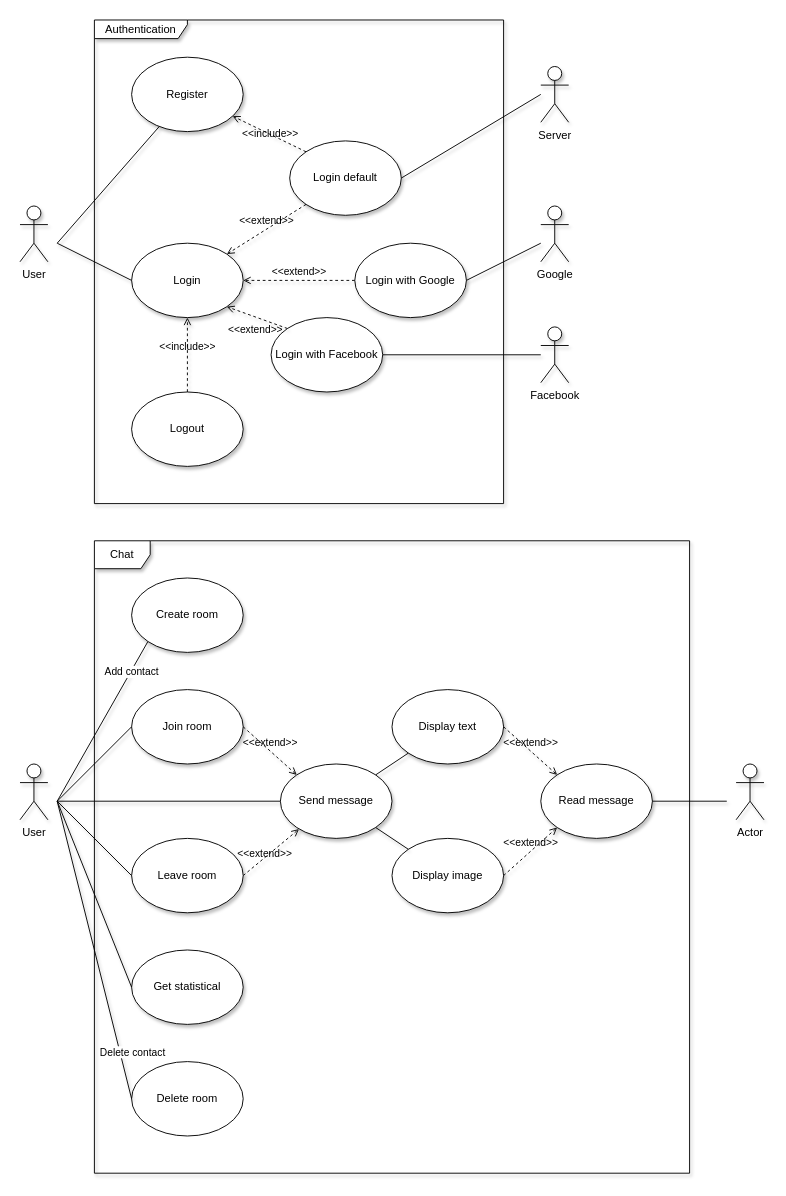
Earlier version of the draw.io diagram docs/UML/usecase.drawio (thuongtruong1009/zoomer). Source tidied: cells renumbered, new cells numbered last; positions are measured from the earlier drawing's top-left corner, leaving out a move shared by most shapes. Both pictures are drawn from the tidied source at 93%, with x=0, y=0 at pixel (20, 20).
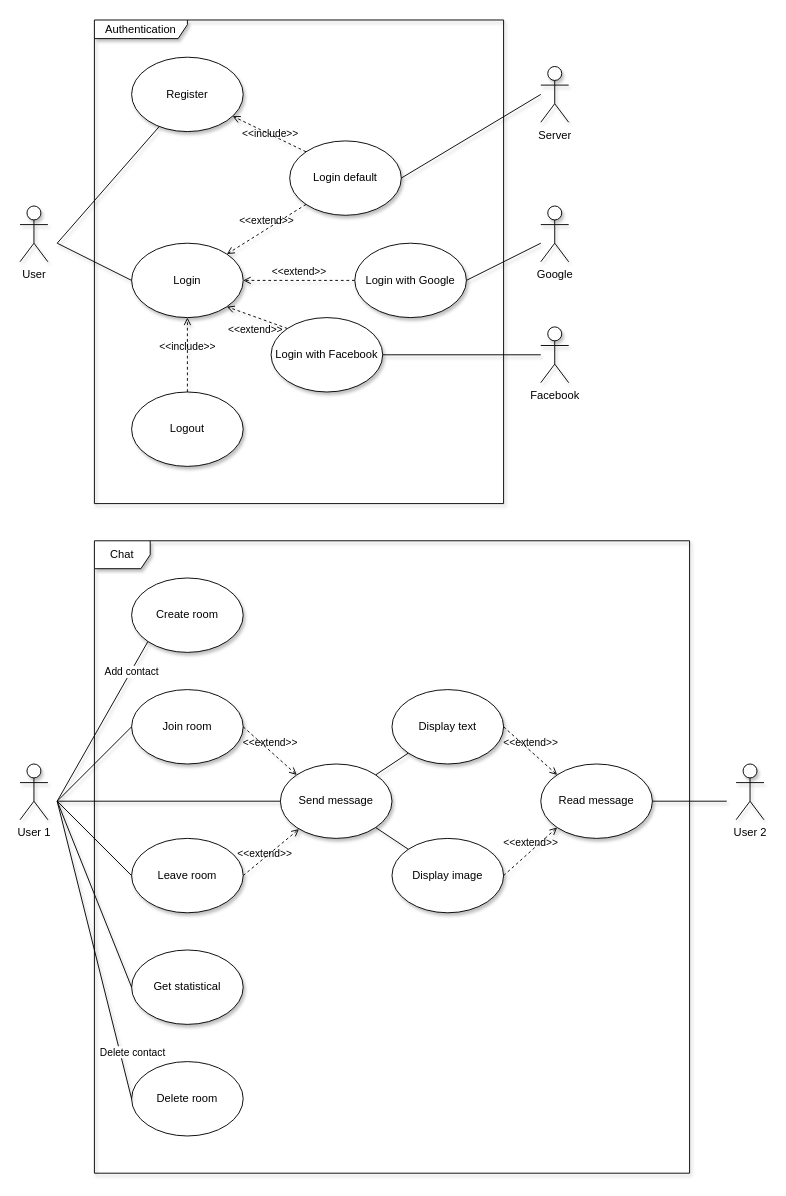
After the change.

Commit message (it also covers changes not shown here):
docs: design architecture

The edit, as a diff of the source:
```diff
@@
-    <mxCell id="24" value="User" style="shape=umlActor;verticalLabelPosition=bottom;verticalAlign=top;html=1;shadow=1;" parent="1" vertex="1">
+    <mxCell id="24" value="User 1" style="shape=umlActor;verticalLabelPosition=bottom;verticalAlign=top;html=1;shadow=1;" parent="1" vertex="1">
       <mxGeometry y="800" width="30" height="60" as="geometry" />
     </mxCell>
-    <mxCell id="25" value="Actor" style="shape=umlActor;verticalLabelPosition=bottom;verticalAlign=top;html=1;shadow=1;" parent="1" vertex="1">
+    <mxCell id="25" value="User 2" style="shape=umlActor;verticalLabelPosition=bottom;verticalAlign=top;html=1;shadow=1;" parent="1" vertex="1">
       <mxGeometry x="770" y="800" width="30" height="60" as="geometry" />
     </mxCell>
```
